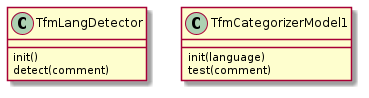
This is plantuml/django_classes.png from dsm9/TreballFiMaster, a PlantUML export, as it was before one commit. Its diagram source:
```plantuml
@startuml

class TfmLangDetector {
	init()
	detect(comment)
}

class TfmCategorizerModel1 {
	init(language)
	test(comment)
}

@enduml
```
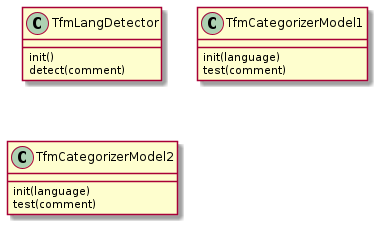
After the change.

Change to the diagram source:
```diff
@@ -10,4 +10,9 @@
 	test(comment)
 }
 
+class TfmCategorizerModel2 {
+	init(language)
+	test(comment)
+}
+
 @enduml
```
